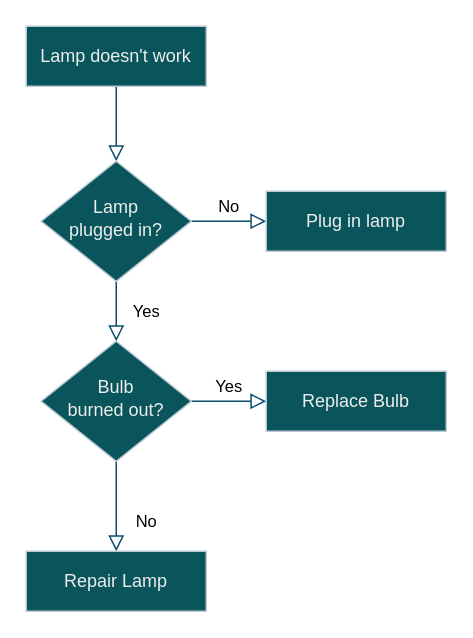
Above: source/notes/hexo/flowchart.drawio in calfzhou/gocalf.com (draw.io), before the change. Source tidied: cells renumbered, new cells numbered last; positions are measured from the earlier drawing's top-left corner, leaving out a move shared by most shapes. Both pictures are drawn from the tidied source at 150%, with x=0, y=0 at pixel (26, 26).
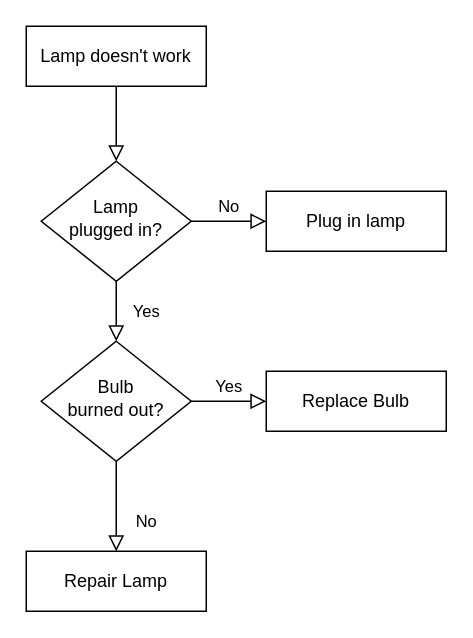
The same page after the edit.

Commit message (it also covers changes not shown here):
fix(notes/hexo): apply `invert` tag plugin on embed draw.io chart

What changed in the source:
```diff
@@
 <mxGraphModel>
   <root>
     <mxCell id="0" />
     <mxCell id="1" parent="0" />
-    <mxCell id="2" style="rounded=0;html=1;jettySize=auto;fontSize=11;endArrow=block;endFill=0;endSize=8;strokeWidth=1;shadow=0;labelBackgroundColor=none;edgeStyle=orthogonalEdgeStyle;fontColor=default;strokeColor=#0B4D6A;" parent="1" edge="1" source="3" target="6">
+    <mxCell id="2" style="rounded=0;html=1;jettySize=auto;fontSize=11;endArrow=block;endFill=0;endSize=8;strokeWidth=1;shadow=0;labelBackgroundColor=none;edgeStyle=orthogonalEdgeStyle;fontColor=default;" parent="1" edge="1" source="3" target="6">
       <mxGeometry relative="1" as="geometry" />
     </mxCell>
-    <mxCell id="3" value="Lamp doesn't work" style="rounded=0;whiteSpace=wrap;html=1;fontSize=12;glass=0;strokeWidth=1;shadow=0;labelBackgroundColor=none;fillColor=#09555B;strokeColor=#BAC8D3;fontColor=#EEEEEE;" parent="1" vertex="1">
+    <mxCell id="3" value="Lamp doesn't work" style="rounded=0;whiteSpace=wrap;html=1;fontSize=12;glass=0;strokeWidth=1;shadow=0;labelBackgroundColor=none;" parent="1" vertex="1">
       <mxGeometry width="120" height="40" as="geometry" />
     </mxCell>
-    <mxCell id="4" value="Yes" style="rounded=0;html=1;jettySize=auto;fontSize=11;endArrow=block;endFill=0;endSize=8;strokeWidth=1;shadow=0;labelBackgroundColor=none;edgeStyle=orthogonalEdgeStyle;fontColor=default;strokeColor=#0B4D6A;" parent="1" edge="1" source="6" target="10">
+    <mxCell id="4" value="Yes" style="rounded=0;html=1;jettySize=auto;fontSize=11;endArrow=block;endFill=0;endSize=8;strokeWidth=1;shadow=0;labelBackgroundColor=none;edgeStyle=orthogonalEdgeStyle;fontColor=default;" parent="1" edge="1" source="6" target="10">
       <mxGeometry y="20" relative="1" as="geometry" />
     </mxCell>
-    <mxCell id="5" value="No" style="edgeStyle=orthogonalEdgeStyle;rounded=0;html=1;jettySize=auto;fontSize=11;endArrow=block;endFill=0;endSize=8;strokeWidth=1;shadow=0;labelBackgroundColor=none;fontColor=default;strokeColor=#0B4D6A;" parent="1" edge="1" source="6" target="7">
+    <mxCell id="5" value="No" style="edgeStyle=orthogonalEdgeStyle;rounded=0;html=1;jettySize=auto;fontSize=11;endArrow=block;endFill=0;endSize=8;strokeWidth=1;shadow=0;labelBackgroundColor=none;fontColor=default;" parent="1" edge="1" source="6" target="7">
       <mxGeometry y="10" relative="1" as="geometry" />
     </mxCell>
-    <mxCell id="6" value="Lamp&lt;br&gt;plugged in?" style="rhombus;whiteSpace=wrap;html=1;shadow=0;fontFamily=Helvetica;fontSize=12;align=center;strokeWidth=1;spacing=6;spacingTop=-4;labelBackgroundColor=none;rounded=0;fillColor=#09555B;strokeColor=#BAC8D3;fontColor=#EEEEEE;" parent="1" vertex="1">
+    <mxCell id="6" value="Lamp&lt;br&gt;plugged in?" style="rhombus;whiteSpace=wrap;html=1;shadow=0;fontFamily=Helvetica;fontSize=12;align=center;strokeWidth=1;spacing=6;spacingTop=-4;labelBackgroundColor=none;rounded=0;" parent="1" vertex="1">
       <mxGeometry x="10" y="90" width="100" height="80" as="geometry" />
     </mxCell>
-    <mxCell id="7" value="Plug in lamp" style="rounded=0;whiteSpace=wrap;html=1;fontSize=12;glass=0;strokeWidth=1;shadow=0;labelBackgroundColor=none;fillColor=#09555B;strokeColor=#BAC8D3;fontColor=#EEEEEE;" parent="1" vertex="1">
+    <mxCell id="7" value="Plug in lamp" style="rounded=0;whiteSpace=wrap;html=1;fontSize=12;glass=0;strokeWidth=1;shadow=0;labelBackgroundColor=none;" parent="1" vertex="1">
       <mxGeometry x="160" y="110" width="120" height="40" as="geometry" />
     </mxCell>
-    <mxCell id="8" value="No" style="rounded=0;html=1;jettySize=auto;fontSize=11;endArrow=block;endFill=0;endSize=8;strokeWidth=1;shadow=0;labelBackgroundColor=none;edgeStyle=orthogonalEdgeStyle;fontColor=default;strokeColor=#0B4D6A;" parent="1" edge="1" source="10" target="11">
+    <mxCell id="8" value="No" style="rounded=0;html=1;jettySize=auto;fontSize=11;endArrow=block;endFill=0;endSize=8;strokeWidth=1;shadow=0;labelBackgroundColor=none;edgeStyle=orthogonalEdgeStyle;fontColor=default;" parent="1" edge="1" source="10" target="11">
       <mxGeometry x="0.33" y="20" relative="1" as="geometry" />
     </mxCell>
-    <mxCell id="9" value="Yes" style="edgeStyle=orthogonalEdgeStyle;rounded=0;html=1;jettySize=auto;fontSize=11;endArrow=block;endFill=0;endSize=8;strokeWidth=1;shadow=0;labelBackgroundColor=none;fontColor=default;strokeColor=#0B4D6A;" parent="1" edge="1" source="10" target="12">
+    <mxCell id="9" value="Yes" style="edgeStyle=orthogonalEdgeStyle;rounded=0;html=1;jettySize=auto;fontSize=11;endArrow=block;endFill=0;endSize=8;strokeWidth=1;shadow=0;labelBackgroundColor=none;fontColor=default;" parent="1" edge="1" source="10" target="12">
       <mxGeometry y="10" relative="1" as="geometry" />
     </mxCell>
-    <mxCell id="10" value="Bulb&lt;br&gt;burned out?" style="rhombus;whiteSpace=wrap;html=1;shadow=0;fontFamily=Helvetica;fontSize=12;align=center;strokeWidth=1;spacing=6;spacingTop=-4;labelBackgroundColor=none;rounded=0;fillColor=#09555B;strokeColor=#BAC8D3;fontColor=#EEEEEE;" parent="1" vertex="1">
+    <mxCell id="10" value="Bulb&lt;br&gt;burned out?" style="rhombus;whiteSpace=wrap;html=1;shadow=0;fontFamily=Helvetica;fontSize=12;align=center;strokeWidth=1;spacing=6;spacingTop=-4;labelBackgroundColor=none;rounded=0;" parent="1" vertex="1">
       <mxGeometry x="10" y="210" width="100" height="80" as="geometry" />
     </mxCell>
-    <mxCell id="11" value="Repair Lamp" style="rounded=0;whiteSpace=wrap;html=1;fontSize=12;glass=0;strokeWidth=1;shadow=0;labelBackgroundColor=none;fillColor=#09555B;strokeColor=#BAC8D3;fontColor=#EEEEEE;" parent="1" vertex="1">
+    <mxCell id="11" value="Repair Lamp" style="rounded=0;whiteSpace=wrap;html=1;fontSize=12;glass=0;strokeWidth=1;shadow=0;labelBackgroundColor=none;" parent="1" vertex="1">
       <mxGeometry y="350" width="120" height="40" as="geometry" />
     </mxCell>
-    <mxCell id="12" value="Replace Bulb" style="rounded=0;whiteSpace=wrap;html=1;fontSize=12;glass=0;strokeWidth=1;shadow=0;labelBackgroundColor=none;fillColor=#09555B;strokeColor=#BAC8D3;fontColor=#EEEEEE;" parent="1" vertex="1">
+    <mxCell id="12" value="Replace Bulb" style="rounded=0;whiteSpace=wrap;html=1;fontSize=12;glass=0;strokeWidth=1;shadow=0;labelBackgroundColor=none;" parent="1" vertex="1">
       <mxGeometry x="160" y="230" width="120" height="40" as="geometry" />
     </mxCell>
   </root>
 </mxGraphModel>
```
